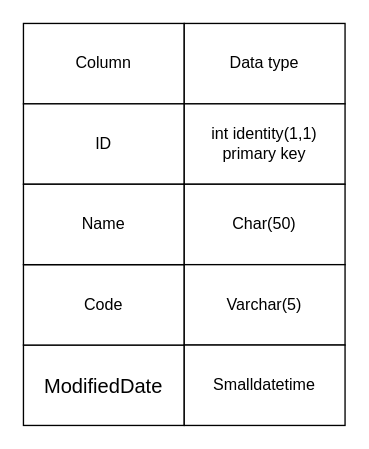
Earlier version of the draw.io diagram page "ex3" (3 of 4) of BSQL Assignment 103.drawio (giangcoiphp/covid19). Source tidied: cells renumbered, new cells numbered last; positions are measured from the earlier drawing's top-left corner, leaving out a move shared by most shapes. Both pictures are drawn from the tidied source at 134%, with x=0, y=0 at pixel (23, 23).
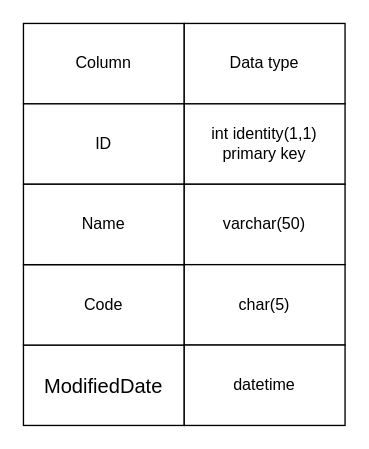
The same page after the edit.

Diff of the diagram source:
```diff
@@
 <mxGraphModel>
   <root>
     <mxCell id="0" />
     <mxCell id="1" parent="0" />
     <mxCell id="2" value="Column" style="rounded=0;whiteSpace=wrap;html=1;" parent="1" vertex="1">
       <mxGeometry width="120" height="60" as="geometry" />
     </mxCell>
     <mxCell id="3" value="Data type" style="rounded=0;whiteSpace=wrap;html=1;" parent="1" vertex="1">
       <mxGeometry x="120" width="120" height="60" as="geometry" />
     </mxCell>
     <mxCell id="4" value="ID" style="rounded=0;whiteSpace=wrap;html=1;" parent="1" vertex="1">
       <mxGeometry y="60" width="120" height="60" as="geometry" />
     </mxCell>
     <mxCell id="5" value="&lt;span style=&quot;font-family: Muli, sans-serif; font-size: 15px; text-align: start; background-color: rgb(255, 255, 255);&quot;&gt;ModifiedDate&lt;/span&gt;" style="rounded=0;whiteSpace=wrap;html=1;" parent="1" vertex="1">
       <mxGeometry y="240" width="120" height="60" as="geometry" />
     </mxCell>
     <mxCell id="6" value="Code" style="rounded=0;whiteSpace=wrap;html=1;" parent="1" vertex="1">
       <mxGeometry y="180" width="120" height="60" as="geometry" />
     </mxCell>
     <mxCell id="7" value="Name" style="rounded=0;whiteSpace=wrap;html=1;" parent="1" vertex="1">
       <mxGeometry y="120" width="120" height="60" as="geometry" />
     </mxCell>
     <mxCell id="8" value="int identity(1,1) primary key" style="rounded=0;whiteSpace=wrap;html=1;" parent="1" vertex="1">
       <mxGeometry x="120" y="60" width="120" height="60" as="geometry" />
     </mxCell>
-    <mxCell id="9" value="Char(50)" style="rounded=0;whiteSpace=wrap;html=1;" parent="1" vertex="1">
+    <mxCell id="9" value="varchar(50)" style="rounded=0;whiteSpace=wrap;html=1;" parent="1" vertex="1">
       <mxGeometry x="120" y="120" width="120" height="60" as="geometry" />
     </mxCell>
-    <mxCell id="10" value="Varchar(5)" style="rounded=0;whiteSpace=wrap;html=1;" parent="1" vertex="1">
+    <mxCell id="10" value="char(5)" style="rounded=0;whiteSpace=wrap;html=1;" parent="1" vertex="1">
       <mxGeometry x="120" y="180" width="120" height="60" as="geometry" />
     </mxCell>
-    <mxCell id="11" value="Smalldatetime" style="rounded=0;whiteSpace=wrap;html=1;" parent="1" vertex="1">
+    <mxCell id="11" value="datetime" style="rounded=0;whiteSpace=wrap;html=1;" parent="1" vertex="1">
       <mxGeometry x="120" y="240" width="120" height="60" as="geometry" />
     </mxCell>
   </root>
 </mxGraphModel>
```
